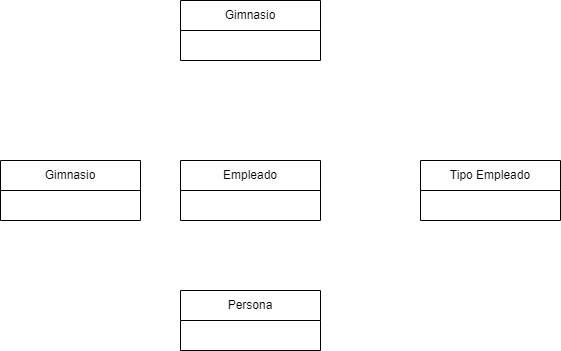
Before: Modelo de dominio anemico.png, a diagram exported from draw.io (Seletex/IS-ll-Grupo). Source tidied: cells renumbered, new cells last; positions are measured from the earlier drawing's top-left corner, leaving out a move shared by most shapes.
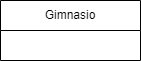
After the commit.

Diff of the diagram source:
```diff
@@ -5,17 +5,5 @@
     <mxCell id="2" value="Gimnasio" style="swimlane;fontStyle=0;horizontal=1;startSize=30;whiteSpace=wrap;html=1;" parent="1" vertex="1">
       <mxGeometry x="180" width="140" height="60" as="geometry" />
     </mxCell>
-    <mxCell id="3" value="Tipo Empleado" style="swimlane;fontStyle=0;horizontal=1;startSize=30;whiteSpace=wrap;html=1;" parent="1" vertex="1">
-      <mxGeometry x="420" y="160" width="140" height="60" as="geometry" />
-    </mxCell>
-    <mxCell id="4" value="Empleado" style="swimlane;fontStyle=0;horizontal=1;startSize=30;whiteSpace=wrap;html=1;" parent="1" vertex="1">
-      <mxGeometry x="180" y="160" width="140" height="60" as="geometry" />
-    </mxCell>
-    <mxCell id="5" value="Persona" style="swimlane;fontStyle=0;horizontal=1;startSize=30;whiteSpace=wrap;html=1;" parent="1" vertex="1">
-      <mxGeometry x="180" y="290" width="140" height="60" as="geometry" />
-    </mxCell>
-    <mxCell id="6" value="Gimnasio" style="swimlane;fontStyle=0;horizontal=1;startSize=30;whiteSpace=wrap;html=1;" parent="1" vertex="1">
-      <mxGeometry y="160" width="140" height="60" as="geometry" />
-    </mxCell>
   </root>
 </mxGraphModel>
```
